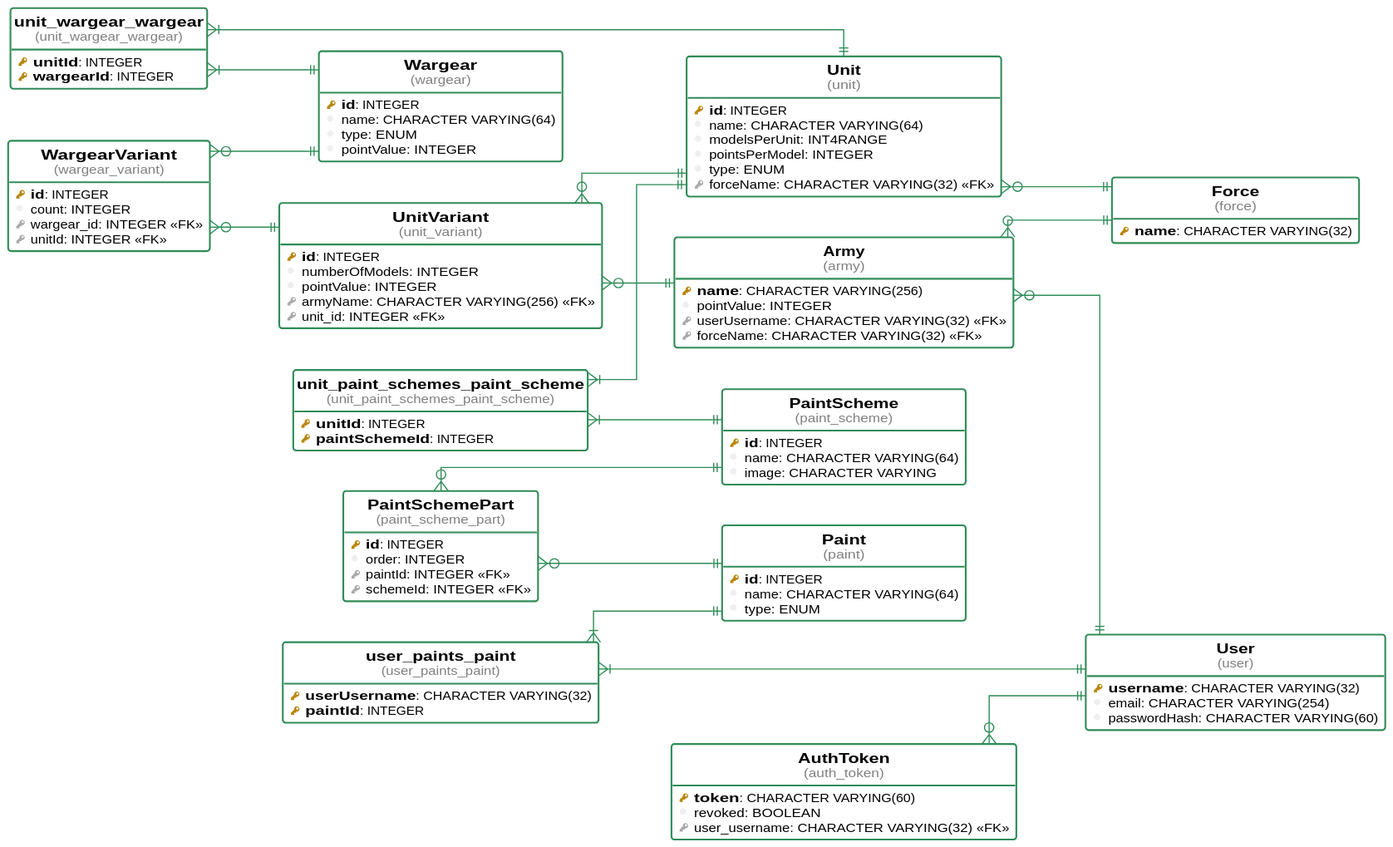
This is artefacts/uml.svg from k-piekarczyk/apa, a PlantUML export, as it was before one commit. The source it was exported from:
```plantuml
@startuml
!define table(ename, dbname) entity "<b>ename</b>\n<font size=10 color=gray>(dbname)</font>"

!define pkey(x) {field} <b><color:DarkGoldenRod><&key></color> x</b>
!define fkey(x) {field} <color:#AAAAAA><&key></color> x
!define column(x) {field} <color:#EFEFEF><&media-record></color> x

hide stereotypes
hide methods
hide circle

left to right direction

skinparam roundcorner 5
skinparam linetype ortho
skinparam shadowing false
skinparam handwritten false

skinparam class {
    BackgroundColor white
    ArrowColor seagreen
    BorderColor seagreen
}


table( User, user ) as user {
  pkey( username ): CHARACTER VARYING(32)
  column( email ): CHARACTER VARYING(254)
  column( passwordHash ): CHARACTER VARYING(60)
}

table( Paint, paint ) as paint {
  pkey( id ): INTEGER
  column( name ): CHARACTER VARYING(64)
  column( type ): ENUM
}

table( PaintSchemePart, paint_scheme_part ) as paint_scheme_part {
  pkey( id ): INTEGER
  column( order ): INTEGER
  fkey( paintId ): INTEGER <<FK>>
  fkey( schemeId ): INTEGER <<FK>>
}

table( PaintScheme, paint_scheme ) as paint_scheme {
  pkey( id ): INTEGER
  column( name ): CHARACTER VARYING(64)
  column( image ): CHARACTER VARYING
}

table( Wargear, wargear ) as wargear {
  pkey( id ): INTEGER
  column( name ): CHARACTER VARYING(64)
  column( type ): ENUM
  column( pointValue ): INTEGER
}

table( Unit, unit ) as unit {
  pkey( id ): INTEGER
  column( name ): CHARACTER VARYING(64)
  column( modelsPerUnit ): INT4RANGE
  column( pointsPerModel ): INTEGER
  column( type ): ENUM
  fkey( forceName ): CHARACTER VARYING(32) <<FK>>
}

table( Force, force ) as force {
  pkey( name ): CHARACTER VARYING(32)
}

table( WargearVariant, wargear_variant ) as wargear_variant {
  pkey( id ): INTEGER
  column( count ): INTEGER
  fkey( wargear_id ): INTEGER <<FK>>
  fkey( unitId ): INTEGER <<FK>>
}

table( UnitVariant, unit_variant ) as unit_variant {
  pkey( id ): INTEGER
  column( numberOfModels ): INTEGER
  column( pointValue ): INTEGER
  fkey( armyName ): CHARACTER VARYING(256) <<FK>>
  fkey( unit_id ): INTEGER <<FK>>
}

table( Army, army ) as army {
  pkey( name ): CHARACTER VARYING(256)
  column( pointValue ): INTEGER
  fkey( userUsername ): CHARACTER VARYING(32) <<FK>>
  fkey( forceName ): CHARACTER VARYING(32) <<FK>>
}

table( AuthToken, auth_token ) as auth_token {
  pkey( token ): CHARACTER VARYING(60)
  column( revoked ): BOOLEAN
  fkey( user_username ): CHARACTER VARYING(32) <<FK>>
}

table( user_paints_paint, user_paints_paint ) as user_paints_paint {
  pkey( userUsername ): CHARACTER VARYING(32)
  pkey( paintId ): INTEGER
}

table( unit_paint_schemes_paint_scheme, unit_paint_schemes_paint_scheme ) as unit_paint_schemes_paint_scheme {
  pkey( unitId ): INTEGER
  pkey( paintSchemeId ): INTEGER
}

table( unit_wargear_wargear, unit_wargear_wargear ) as unit_wargear_wargear {
  pkey( unitId ): INTEGER
  pkey( wargearId ): INTEGER
}

paint_scheme_part }o--|| paint
paint_scheme_part }o--|| paint_scheme
unit }o--|| force
wargear_variant }o--|| wargear
wargear_variant }o--|| unit_variant
unit_variant }o--|| army
unit_variant }o--|| unit
army }o--|| user
army }o--|| force
auth_token }o--|| user
user_paints_paint }|--|| user
user_paints_paint }|--|| paint
unit_paint_schemes_paint_scheme }|--|| unit
unit_paint_schemes_paint_scheme }|--|| paint_scheme
unit_wargear_wargear }|--|| unit
unit_wargear_wargear }|--|| wargear
@enduml
```
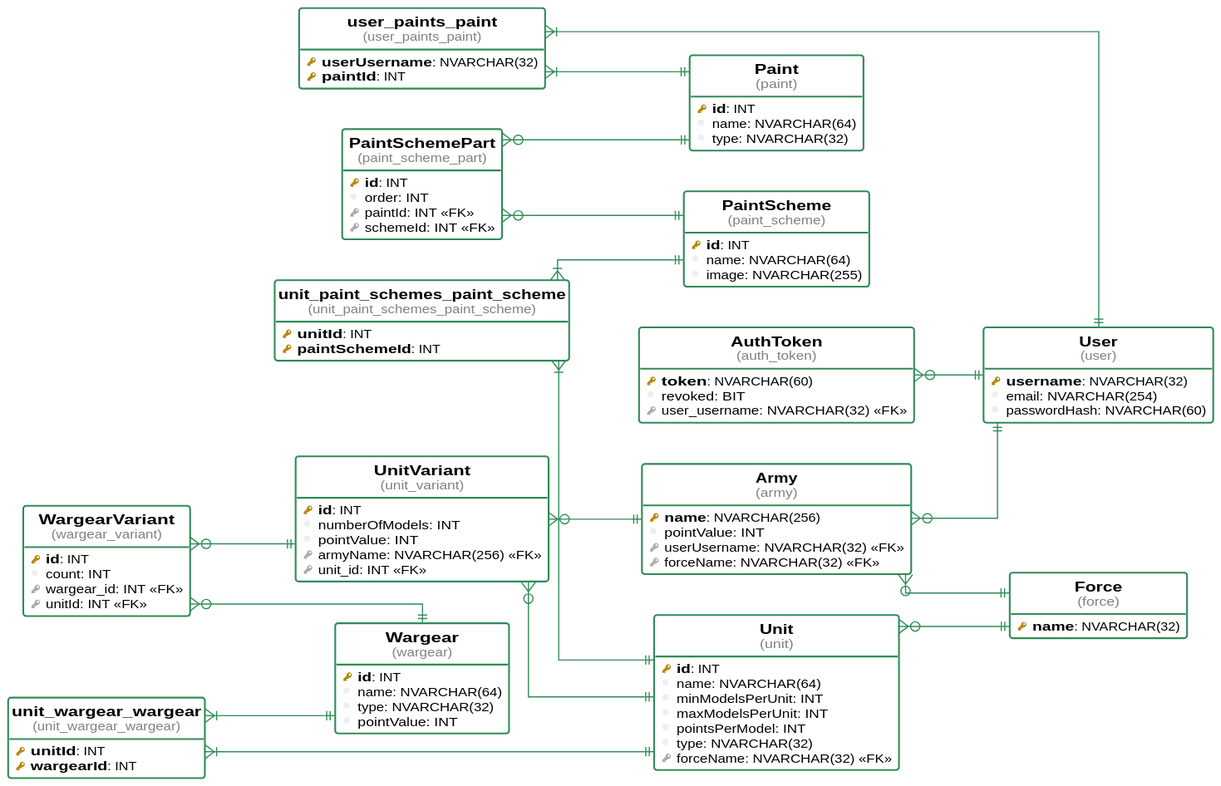
The same file after the commit.

What changed in the source:
```diff
@@ -23,92 +23,93 @@
 }
 
 
-table( User, user ) as user {
-  pkey( username ): CHARACTER VARYING(32)
-  column( email ): CHARACTER VARYING(254)
-  column( passwordHash ): CHARACTER VARYING(60)
-}
-
 table( Paint, paint ) as paint {
-  pkey( id ): INTEGER
-  column( name ): CHARACTER VARYING(64)
-  column( type ): ENUM
+  pkey( id ): INT
+  column( name ): NVARCHAR(64)
+  column( type ): NVARCHAR(32)
 }
 
 table( PaintSchemePart, paint_scheme_part ) as paint_scheme_part {
-  pkey( id ): INTEGER
-  column( order ): INTEGER
-  fkey( paintId ): INTEGER <<FK>>
-  fkey( schemeId ): INTEGER <<FK>>
+  pkey( id ): INT
+  column( order ): INT
+  fkey( paintId ): INT <<FK>>
+  fkey( schemeId ): INT <<FK>>
 }
 
 table( PaintScheme, paint_scheme ) as paint_scheme {
-  pkey( id ): INTEGER
-  column( name ): CHARACTER VARYING(64)
-  column( image ): CHARACTER VARYING
+  pkey( id ): INT
+  column( name ): NVARCHAR(64)
+  column( image ): NVARCHAR(255)
 }
 
 table( Wargear, wargear ) as wargear {
-  pkey( id ): INTEGER
-  column( name ): CHARACTER VARYING(64)
-  column( type ): ENUM
-  column( pointValue ): INTEGER
+  pkey( id ): INT
+  column( name ): NVARCHAR(64)
+  column( type ): NVARCHAR(32)
+  column( pointValue ): INT
 }
 
 table( Unit, unit ) as unit {
-  pkey( id ): INTEGER
-  column( name ): CHARACTER VARYING(64)
-  column( modelsPerUnit ): INT4RANGE
-  column( pointsPerModel ): INTEGER
-  column( type ): ENUM
-  fkey( forceName ): CHARACTER VARYING(32) <<FK>>
+  pkey( id ): INT
+  column( name ): NVARCHAR(64)
+  column( minModelsPerUnit ): INT
+  column( maxModelsPerUnit ): INT
+  column( pointsPerModel ): INT
+  column( type ): NVARCHAR(32)
+  fkey( forceName ): NVARCHAR(32) <<FK>>
 }
 
 table( Force, force ) as force {
-  pkey( name ): CHARACTER VARYING(32)
+  pkey( name ): NVARCHAR(32)
 }
 
 table( WargearVariant, wargear_variant ) as wargear_variant {
-  pkey( id ): INTEGER
-  column( count ): INTEGER
-  fkey( wargear_id ): INTEGER <<FK>>
-  fkey( unitId ): INTEGER <<FK>>
+  pkey( id ): INT
+  column( count ): INT
+  fkey( wargear_id ): INT <<FK>>
+  fkey( unitId ): INT <<FK>>
 }
 
 table( UnitVariant, unit_variant ) as unit_variant {
-  pkey( id ): INTEGER
-  column( numberOfModels ): INTEGER
-  column( pointValue ): INTEGER
-  fkey( armyName ): CHARACTER VARYING(256) <<FK>>
-  fkey( unit_id ): INTEGER <<FK>>
+  pkey( id ): INT
+  column( numberOfModels ): INT
+  column( pointValue ): INT
+  fkey( armyName ): NVARCHAR(256) <<FK>>
+  fkey( unit_id ): INT <<FK>>
 }
 
 table( Army, army ) as army {
-  pkey( name ): CHARACTER VARYING(256)
-  column( pointValue ): INTEGER
-  fkey( userUsername ): CHARACTER VARYING(32) <<FK>>
-  fkey( forceName ): CHARACTER VARYING(32) <<FK>>
+  pkey( name ): NVARCHAR(256)
+  column( pointValue ): INT
+  fkey( userUsername ): NVARCHAR(32) <<FK>>
+  fkey( forceName ): NVARCHAR(32) <<FK>>
+}
+
+table( User, user ) as user {
+  pkey( username ): NVARCHAR(32)
+  column( email ): NVARCHAR(254)
+  column( passwordHash ): NVARCHAR(60)
 }
 
 table( AuthToken, auth_token ) as auth_token {
-  pkey( token ): CHARACTER VARYING(60)
-  column( revoked ): BOOLEAN
-  fkey( user_username ): CHARACTER VARYING(32) <<FK>>
+  pkey( token ): NVARCHAR(60)
+  column( revoked ): BIT
+  fkey( user_username ): NVARCHAR(32) <<FK>>
+}
+
+table( unit_paint_schemes_paint_scheme, unit_paint_schemes_paint_scheme ) as unit_paint_schemes_paint_scheme {
+  pkey( unitId ): INT
+  pkey( paintSchemeId ): INT
+}
+
+table( unit_wargear_wargear, unit_wargear_wargear ) as unit_wargear_wargear {
+  pkey( unitId ): INT
+  pkey( wargearId ): INT
 }
 
 table( user_paints_paint, user_paints_paint ) as user_paints_paint {
-  pkey( userUsername ): CHARACTER VARYING(32)
-  pkey( paintId ): INTEGER
-}
-
-table( unit_paint_schemes_paint_scheme, unit_paint_schemes_paint_scheme ) as unit_paint_schemes_paint_scheme {
-  pkey( unitId ): INTEGER
-  pkey( paintSchemeId ): INTEGER
-}
-
-table( unit_wargear_wargear, unit_wargear_wargear ) as unit_wargear_wargear {
-  pkey( unitId ): INTEGER
-  pkey( wargearId ): INTEGER
+  pkey( userUsername ): NVARCHAR(32)
+  pkey( paintId ): INT
 }
 
 paint_scheme_part }o--|| paint
@@ -121,10 +122,10 @@
 army }o--|| user
 army }o--|| force
 auth_token }o--|| user
-user_paints_paint }|--|| user
-user_paints_paint }|--|| paint
 unit_paint_schemes_paint_scheme }|--|| unit
 unit_paint_schemes_paint_scheme }|--|| paint_scheme
 unit_wargear_wargear }|--|| unit
 unit_wargear_wargear }|--|| wargear
+user_paints_paint }|--|| user
+user_paints_paint }|--|| paint
 @enduml
```
